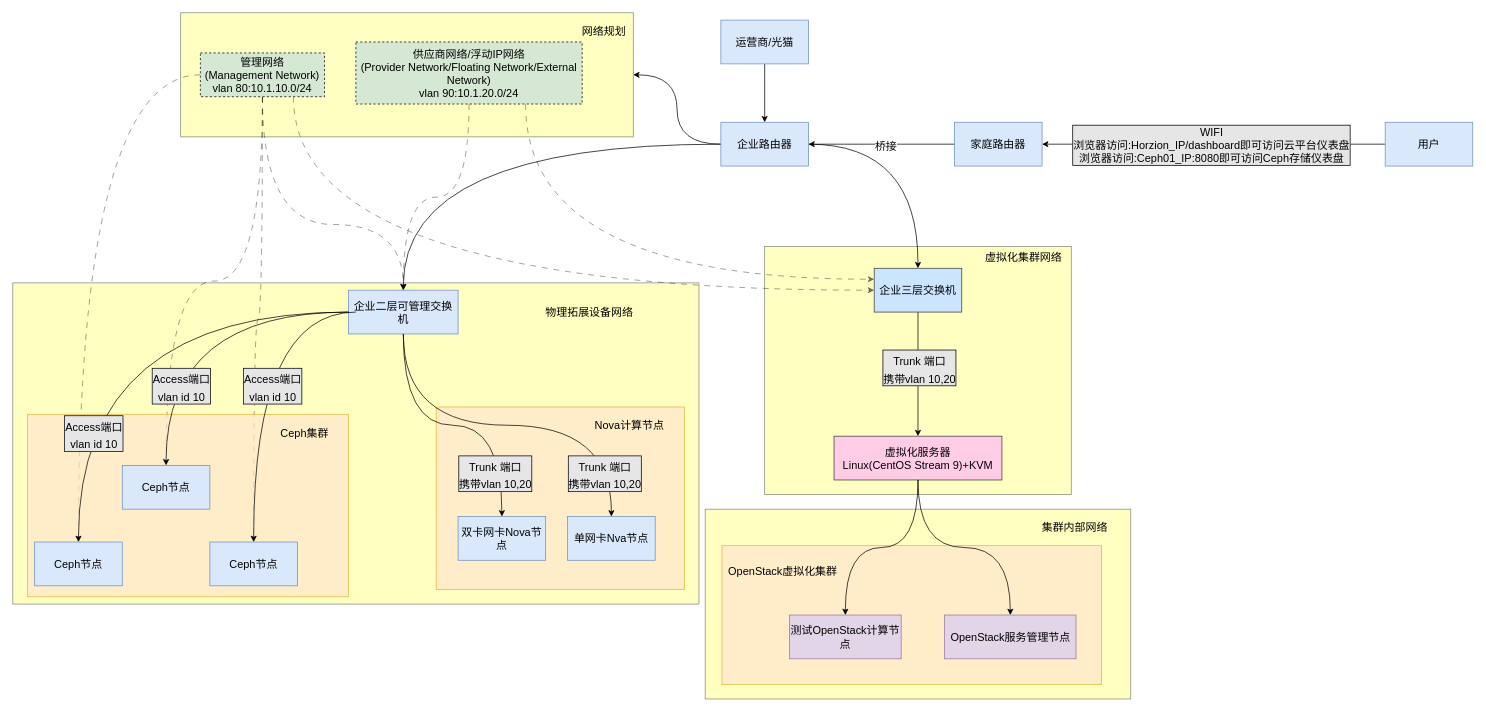
Earlier version of the draw.io diagram 论文设备拓扑.drawio (lrAltas/DrwaIO). Source tidied: cells renumbered, new cells numbered last; positions are measured from the earlier drawing's top-left corner, leaving out a move shared by most shapes. Both pictures are drawn from the tidied source at 73%, with x=0, y=0 at pixel (12, 12).
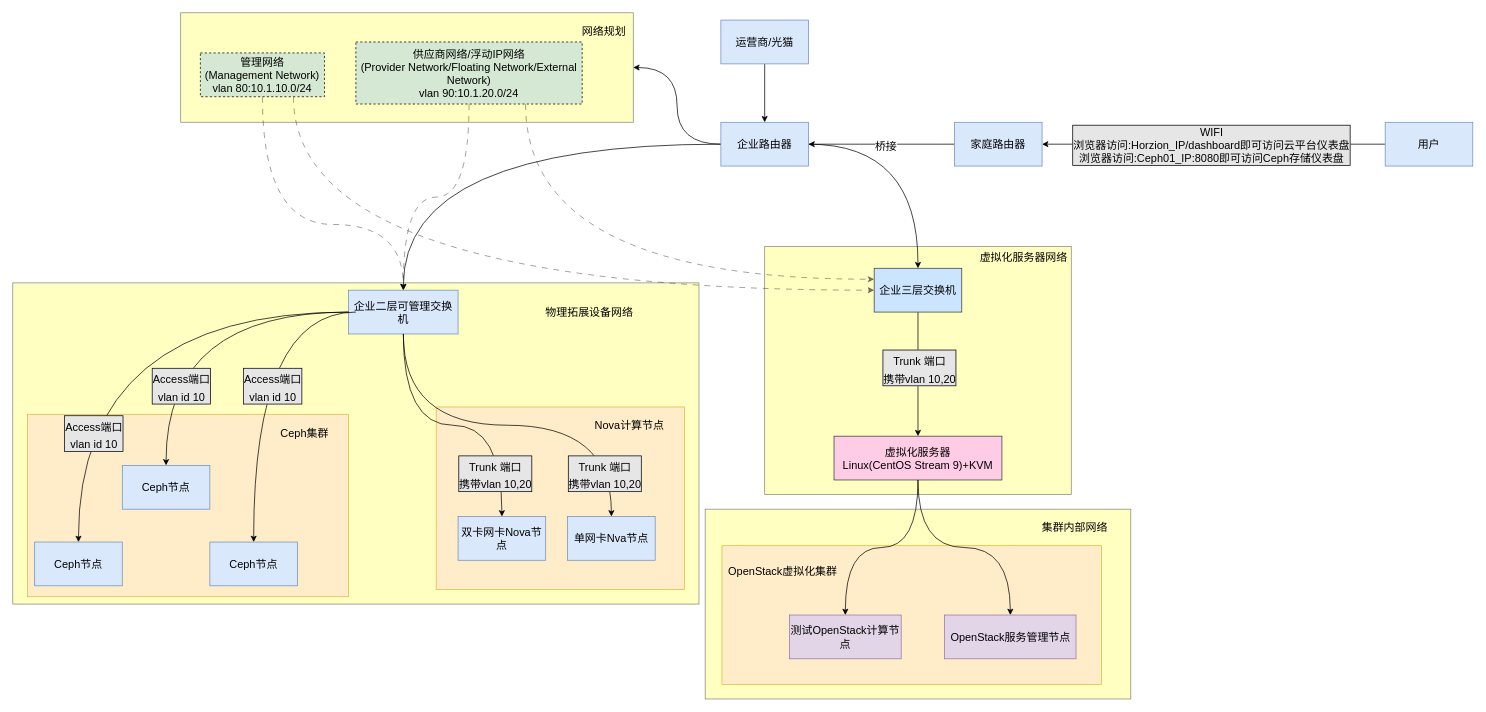
After the change.

Commit message:
更新论文设备拓扑.drawio

The change refers to these unchanged cells:
```xml
<mxCell id="26" value="&lt;div&gt;管理网络&lt;/div&gt;&lt;div&gt;(Management Network)&lt;/div&gt;&lt;div&gt;vlan 80:10.1.10.0/24&lt;/div&gt;" style="whiteSpace=wrap;html=1;dashed=1;fillColor=#d5e8d4;strokeColor=#000000;fontSize=15;fontFamily=Helvetica;" parent="1" vertex="1">
  <mxGeometry x="257" y="55" width="170" height="60" as="geometry" />
</mxCell>
<mxCell id="50" value="Ceph节点" style="whiteSpace=wrap;html=1;rounded=0;fillColor=#dae8fc;strokeColor=#6c8ebf;fontSize=15;fontFamily=Helvetica;" parent="1" vertex="1">
  <mxGeometry x="30" y="725" width="120" height="60" as="geometry" />
</mxCell>
<mxCell id="51" value="Ceph节点" style="whiteSpace=wrap;html=1;rounded=0;fillColor=#dae8fc;strokeColor=#6c8ebf;fontSize=15;fontFamily=Helvetica;" parent="1" vertex="1">
  <mxGeometry x="270" y="725" width="120" height="60" as="geometry" />
</mxCell>
<mxCell id="52" value="Ceph节点" style="whiteSpace=wrap;html=1;rounded=0;fillColor=#dae8fc;strokeColor=#6c8ebf;fontSize=15;fontFamily=Helvetica;" parent="1" vertex="1">
  <mxGeometry x="150" y="620" width="120" height="60" as="geometry" />
</mxCell>
```

What changed in the source:
```diff
@@
-    <mxCell id="17" value="虚拟化集群网络" style="text;html=1;whiteSpace=wrap;strokeColor=none;fillColor=none;align=center;verticalAlign=middle;rounded=0;fontSize=15;fontFamily=Helvetica;" parent="1" vertex="1">
-      <mxGeometry x="1320" y="320" width="130" height="30" as="geometry" />
+    <mxCell id="17" value="虚拟化服务器网络" style="text;html=1;whiteSpace=wrap;strokeColor=none;fillColor=none;align=center;verticalAlign=middle;rounded=0;fontSize=15;fontFamily=Helvetica;" parent="1" vertex="1">
+      <mxGeometry x="1315" y="320" width="140" height="30" as="geometry" />
     </mxCell>
@@
     <mxCell id="20" style="rounded=0;whiteSpace=wrap;html=1;fillColor=#FFFF99;strokeColor=#36393d;opacity=60;fontSize=15;fontFamily=Helvetica;" parent="1" vertex="1">
-      <mxGeometry x="230" width="620" height="170" as="geometry" />
+      <mxGeometry x="230" width="620" height="150" as="geometry" />
     </mxCell>
@@
-    <mxCell id="22" style="edgeStyle=orthogonalEdgeStyle;rounded=0;jettySize=auto;html=1;curved=1;dashed=1;dashPattern=8 8;opacity=50;" parent="1" edge="1" source="26" target="50">
-      <mxGeometry relative="1" as="geometry" />
-    </mxCell>
-    <mxCell id="23" style="edgeStyle=orthogonalEdgeStyle;rounded=0;jettySize=auto;html=1;entryX=0.5;entryY=0;entryDx=0;entryDy=0;curved=1;dashed=1;dashPattern=8 8;opacity=50;" parent="1" edge="1" source="26" target="52">
-      <mxGeometry relative="1" as="geometry" />
-    </mxCell>
-    <mxCell id="24" style="edgeStyle=orthogonalEdgeStyle;rounded=0;jettySize=auto;html=1;entryX=0.5;entryY=0;entryDx=0;entryDy=0;curved=1;dashed=1;dashPattern=8 8;opacity=50;" parent="1" edge="1" source="26" target="51">
-      <mxGeometry relative="1" as="geometry" />
-    </mxCell>
```
